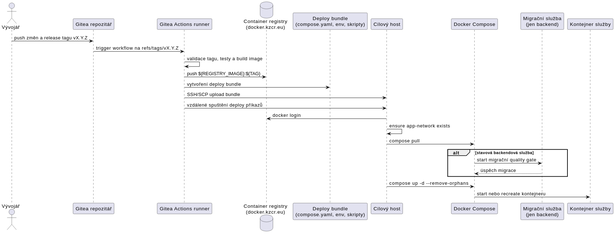
pavelvachaaa/diploma-thesis keeps this PlantUML diagram as procesy/deployment/deployment-flow.svg. Above is the earlier version.
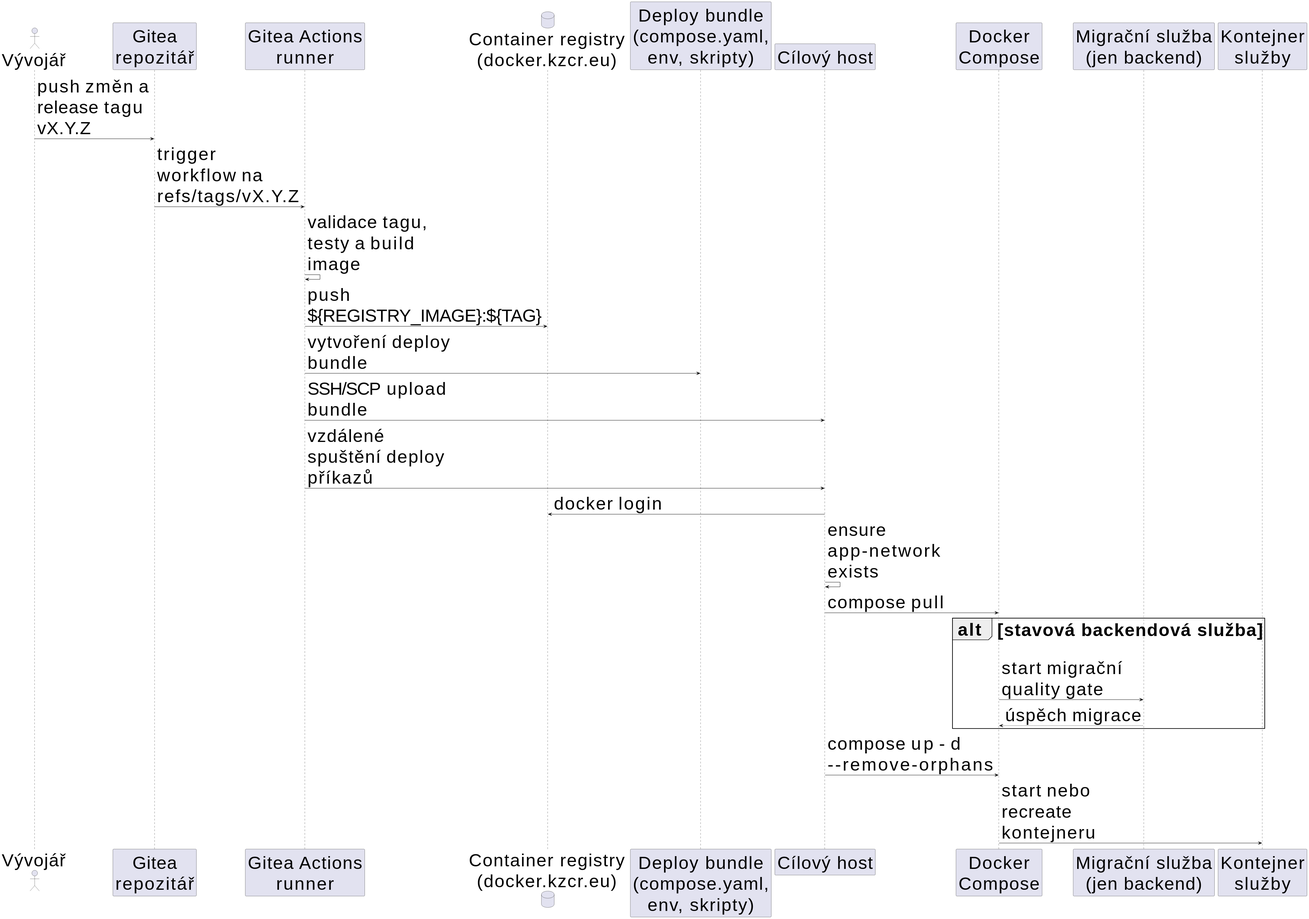
After the change.

Commit message:
refactor: deployment stylistika

Change to the diagram source:
```diff
@@ -1,14 +1,18 @@
 @startuml
 skinparam shadowing false
+skinparam defaultFontSize 50
+skinparam maxMessageSize 400
+
+
 actor "Vývojář" as Dev
-participant "Gitea repozitář" as Repo
-participant "Gitea Actions runner" as Runner
+participant "Gitea\nrepozitář" as Repo
+participant "Gitea Actions\nrunner" as Runner
 database "Container registry\n(docker.kzcr.eu)" as Registry
-participant "Deploy bundle\n(compose.yaml, env, skripty)" as Bundle
+participant "Deploy bundle\n(compose.yaml,\nenv, skripty)" as Bundle
 participant "Cílový host" as Host
-participant "Docker Compose" as Compose
+participant "Docker\nCompose" as Compose
 participant "Migrační služba\n(jen backend)" as Migration
-participant "Kontejner služby" as App
+participant "Kontejner\nslužby" as App
 
 Dev -> Repo: push změn a release tagu vX.Y.Z
 Repo -> Runner: trigger workflow na refs/tags/vX.Y.Z
```
